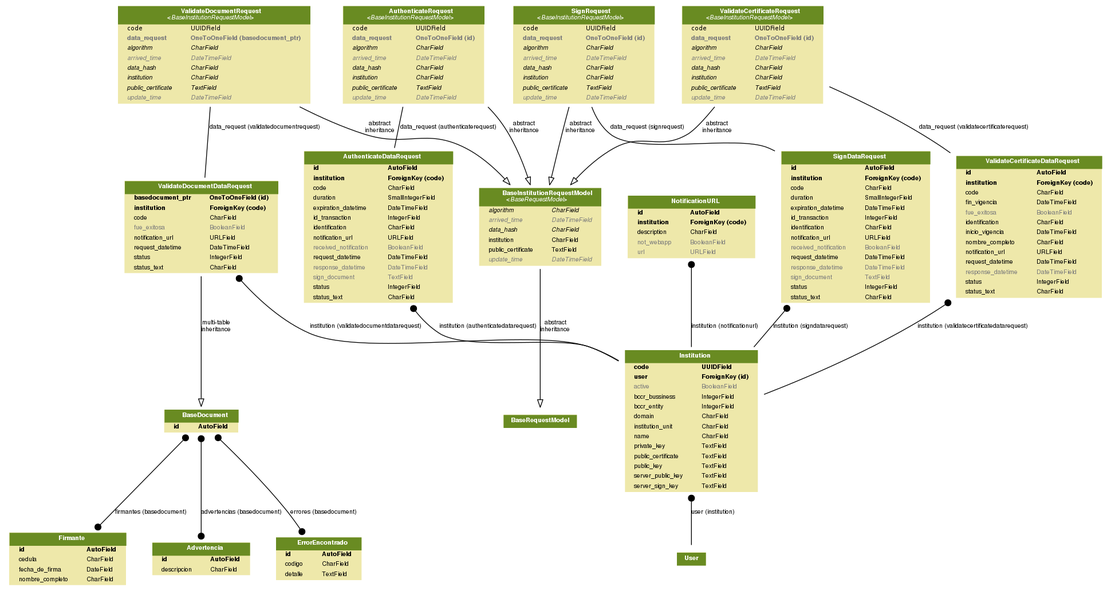
Above: docs/_static/png/institution_model.png in luisza/dfva (Graphviz), before the change. Its source is kept beside it as docs/_static/dot/institution_model.dot.
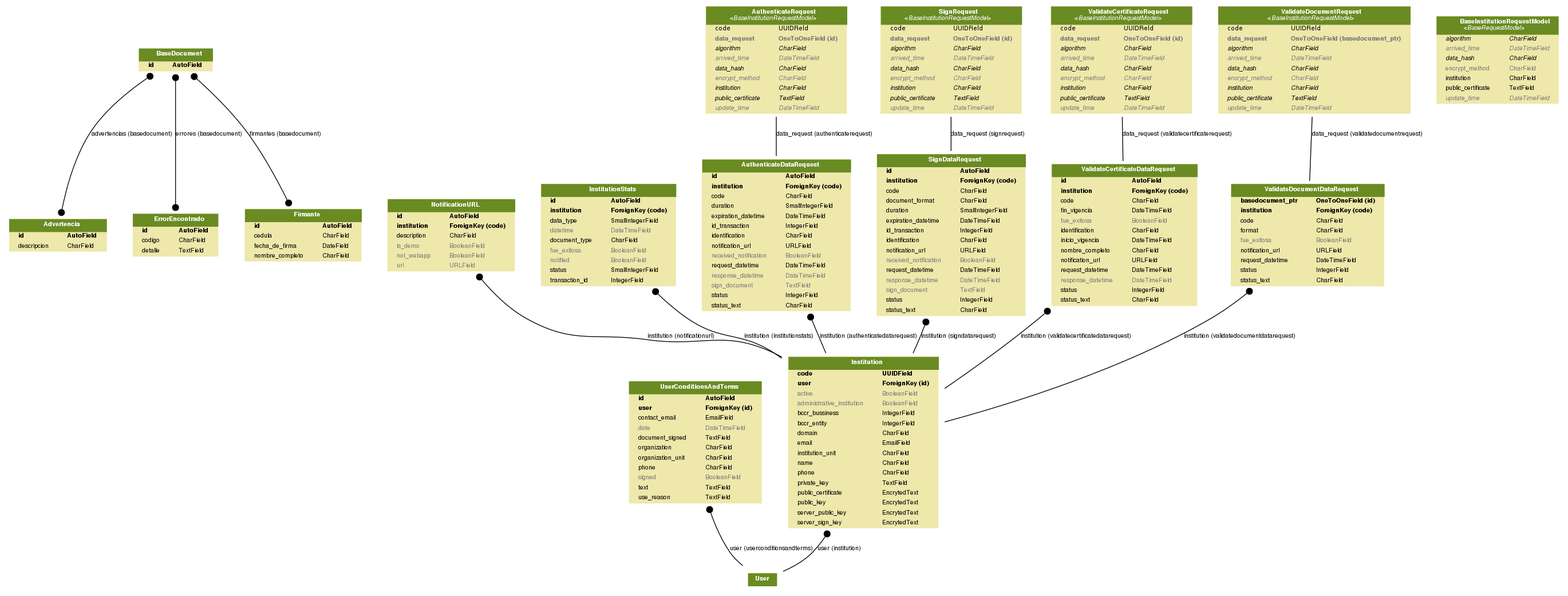
After the change.

Change to the diagram source:
```diff
@@ -117,6 +117,82 @@
     </TABLE>
     >]
 
+  corebase_models_UserConditionsAndTerms [label=<
+    <TABLE BGCOLOR="palegoldenrod" BORDER="0" CELLBORDER="0" CELLSPACING="0">
+    <TR><TD COLSPAN="2" CELLPADDING="4" ALIGN="CENTER" BGCOLOR="olivedrab4">
+    <FONT FACE="Helvetica Bold" COLOR="white">
+    UserConditionsAndTerms
+    </FONT></TD></TR>
+
+    <TR><TD ALIGN="LEFT" BORDER="0">
+    <FONT FACE="Helvetica Bold">id</FONT>
+    </TD><TD ALIGN="LEFT">
+    <FONT FACE="Helvetica Bold">AutoField</FONT>
+    </TD></TR>
+
+    <TR><TD ALIGN="LEFT" BORDER="0">
+    <FONT FACE="Helvetica Bold">user</FONT>
+    </TD><TD ALIGN="LEFT">
+    <FONT FACE="Helvetica Bold">ForeignKey (id)</FONT>
+    </TD></TR>
+
+    <TR><TD ALIGN="LEFT" BORDER="0">
+    <FONT FACE="Helvetica ">contact_email</FONT>
+    </TD><TD ALIGN="LEFT">
+    <FONT FACE="Helvetica ">EmailField</FONT>
+    </TD></TR>
+
+    <TR><TD ALIGN="LEFT" BORDER="0">
+    <FONT COLOR="#7B7B7B" FACE="Helvetica ">date</FONT>
+    </TD><TD ALIGN="LEFT">
+    <FONT COLOR="#7B7B7B" FACE="Helvetica ">DateTimeField</FONT>
+    </TD></TR>
+
+    <TR><TD ALIGN="LEFT" BORDER="0">
+    <FONT FACE="Helvetica ">document_signed</FONT>
+    </TD><TD ALIGN="LEFT">
+    <FONT FACE="Helvetica ">TextField</FONT>
+    </TD></TR>
+
+    <TR><TD ALIGN="LEFT" BORDER="0">
+    <FONT FACE="Helvetica ">organization</FONT>
+    </TD><TD ALIGN="LEFT">
+    <FONT FACE="Helvetica ">CharField</FONT>
+    </TD></TR>
+
+    <TR><TD ALIGN="LEFT" BORDER="0">
+    <FONT FACE="Helvetica ">organization_unit</FONT>
+    </TD><TD ALIGN="LEFT">
+    <FONT FACE="Helvetica ">CharField</FONT>
+    </TD></TR>
+
+    <TR><TD ALIGN="LEFT" BORDER="0">
+    <FONT FACE="Helvetica ">phone</FONT>
+    </TD><TD ALIGN="LEFT">
+    <FONT FACE="Helvetica ">CharField</FONT>
+    </TD></TR>
+
+    <TR><TD ALIGN="LEFT" BORDER="0">
+    <FONT COLOR="#7B7B7B" FACE="Helvetica ">signed</FONT>
+    </TD><TD ALIGN="LEFT">
+    <FONT COLOR="#7B7B7B" FACE="Helvetica ">BooleanField</FONT>
+    </TD></TR>
+
+    <TR><TD ALIGN="LEFT" BORDER="0">
+    <FONT FACE="Helvetica ">text</FONT>
+    </TD><TD ALIGN="LEFT">
+    <FONT FACE="Helvetica ">TextField</FONT>
+    </TD></TR>
+
+    <TR><TD ALIGN="LEFT" BORDER="0">
+    <FONT FACE="Helvetica ">use_reason</FONT>
+    </TD><TD ALIGN="LEFT">
+    <FONT FACE="Helvetica ">TextField</FONT>
+    </TD></TR>
+
+    </TABLE>
+    >]
+
 
 
 
@@ -146,6 +222,12 @@
     </TD></TR>
 
     <TR><TD ALIGN="LEFT" BORDER="0">
+    <FONT COLOR="#7B7B7B" FACE="Helvetica ">encrypt_method</FONT>
+    </TD><TD ALIGN="LEFT">
+    <FONT COLOR="#7B7B7B" FACE="Helvetica ">CharField</FONT>
+    </TD></TR>
+
+    <TR><TD ALIGN="LEFT" BORDER="0">
     <FONT FACE="Helvetica ">institution</FONT>
     </TD><TD ALIGN="LEFT">
     <FONT FACE="Helvetica ">CharField</FONT>
@@ -192,6 +274,12 @@
     </TD></TR>
 
     <TR><TD ALIGN="LEFT" BORDER="0">
+    <FONT COLOR="#7B7B7B" FACE="Helvetica ">administrative_institution</FONT>
+    </TD><TD ALIGN="LEFT">
+    <FONT COLOR="#7B7B7B" FACE="Helvetica ">BooleanField</FONT>
+    </TD></TR>
+
+    <TR><TD ALIGN="LEFT" BORDER="0">
     <FONT FACE="Helvetica ">bccr_bussiness</FONT>
     </TD><TD ALIGN="LEFT">
     <FONT FACE="Helvetica ">IntegerField</FONT>
@@ -210,6 +298,12 @@
     </TD></TR>
 
     <TR><TD ALIGN="LEFT" BORDER="0">
+    <FONT FACE="Helvetica ">email</FONT>
+    </TD><TD ALIGN="LEFT">
+    <FONT FACE="Helvetica ">EmailField</FONT>
+    </TD></TR>
+
+    <TR><TD ALIGN="LEFT" BORDER="0">
     <FONT FACE="Helvetica ">institution_unit</FONT>
     </TD><TD ALIGN="LEFT">
     <FONT FACE="Helvetica ">CharField</FONT>
@@ -222,6 +316,12 @@
     </TD></TR>
 
     <TR><TD ALIGN="LEFT" BORDER="0">
+    <FONT FACE="Helvetica ">phone</FONT>
+    </TD><TD ALIGN="LEFT">
+    <FONT FACE="Helvetica ">CharField</FONT>
+    </TD></TR>
+
+    <TR><TD ALIGN="LEFT" BORDER="0">
     <FONT FACE="Helvetica ">private_key</FONT>
     </TD><TD ALIGN="LEFT">
     <FONT FACE="Helvetica ">TextField</FONT>
@@ -230,25 +330,25 @@
     <TR><TD ALIGN="LEFT" BORDER="0">
     <FONT FACE="Helvetica ">public_certificate</FONT>
     </TD><TD ALIGN="LEFT">
-    <FONT FACE="Helvetica ">TextField</FONT>
+    <FONT FACE="Helvetica ">EncrytedText</FONT>
     </TD></TR>
 
     <TR><TD ALIGN="LEFT" BORDER="0">
     <FONT FACE="Helvetica ">public_key</FONT>
     </TD><TD ALIGN="LEFT">
-    <FONT FACE="Helvetica ">TextField</FONT>
+    <FONT FACE="Helvetica ">EncrytedText</FONT>
     </TD></TR>
 
     <TR><TD ALIGN="LEFT" BORDER="0">
     <FONT FACE="Helvetica ">server_public_key</FONT>
     </TD><TD ALIGN="LEFT">
-    <FONT FACE="Helvetica ">TextField</FONT>
+    <FONT FACE="Helvetica ">EncrytedText</FONT>
     </TD></TR>
 
     <TR><TD ALIGN="LEFT" BORDER="0">
     <FONT FACE="Helvetica ">server_sign_key</FONT>
     </TD><TD ALIGN="LEFT">
-    <FONT FACE="Helvetica ">TextField</FONT>
+    <FONT FACE="Helvetica ">EncrytedText</FONT>
     </TD></TR>
 
     </TABLE>
@@ -280,6 +380,12 @@
     </TD></TR>
 
     <TR><TD ALIGN="LEFT" BORDER="0">
+    <FONT COLOR="#7B7B7B" FACE="Helvetica ">is_demo</FONT>
+    </TD><TD ALIGN="LEFT">
+    <FONT COLOR="#7B7B7B" FACE="Helvetica ">BooleanField</FONT>
+    </TD></TR>
+
+    <TR><TD ALIGN="LEFT" BORDER="0">
     <FONT COLOR="#7B7B7B" FACE="Helvetica ">not_webapp</FONT>
     </TD><TD ALIGN="LEFT">
     <FONT COLOR="#7B7B7B" FACE="Helvetica ">BooleanField</FONT>
@@ -294,6 +400,70 @@
     </TABLE>
     >]
 
+  institution_models_InstitutionStats [label=<
+    <TABLE BGCOLOR="palegoldenrod" BORDER="0" CELLBORDER="0" CELLSPACING="0">
+    <TR><TD COLSPAN="2" CELLPADDING="4" ALIGN="CENTER" BGCOLOR="olivedrab4">
+    <FONT FACE="Helvetica Bold" COLOR="white">
+    InstitutionStats
+    </FONT></TD></TR>
+
+    <TR><TD ALIGN="LEFT" BORDER="0">
+    <FONT FACE="Helvetica Bold">id</FONT>
+    </TD><TD ALIGN="LEFT">
+    <FONT FACE="Helvetica Bold">AutoField</FONT>
+    </TD></TR>
+
+    <TR><TD ALIGN="LEFT" BORDER="0">
+    <FONT FACE="Helvetica Bold">institution</FONT>
+    </TD><TD ALIGN="LEFT">
+    <FONT FACE="Helvetica Bold">ForeignKey (code)</FONT>
+    </TD></TR>
+
+    <TR><TD ALIGN="LEFT" BORDER="0">
+    <FONT FACE="Helvetica ">data_type</FONT>
+    </TD><TD ALIGN="LEFT">
+    <FONT FACE="Helvetica ">SmallIntegerField</FONT>
+    </TD></TR>
+
+    <TR><TD ALIGN="LEFT" BORDER="0">
+    <FONT COLOR="#7B7B7B" FACE="Helvetica ">datetime</FONT>
+    </TD><TD ALIGN="LEFT">
+    <FONT COLOR="#7B7B7B" FACE="Helvetica ">DateTimeField</FONT>
+    </TD></TR>
+
+    <TR><TD ALIGN="LEFT" BORDER="0">
+    <FONT FACE="Helvetica ">document_type</FONT>
+    </TD><TD ALIGN="LEFT">
+    <FONT FACE="Helvetica ">CharField</FONT>
+    </TD></TR>
+
+    <TR><TD ALIGN="LEFT" BORDER="0">
+    <FONT COLOR="#7B7B7B" FACE="Helvetica ">fue_exitosa</FONT>
+    </TD><TD ALIGN="LEFT">
+    <FONT COLOR="#7B7B7B" FACE="Helvetica ">BooleanField</FONT>
+    </TD></TR>
+
+    <TR><TD ALIGN="LEFT" BORDER="0">
+    <FONT COLOR="#7B7B7B" FACE="Helvetica ">notified</FONT>
+    </TD><TD ALIGN="LEFT">
+    <FONT COLOR="#7B7B7B" FACE="Helvetica ">BooleanField</FONT>
+    </TD></TR>
+
+    <TR><TD ALIGN="LEFT" BORDER="0">
+    <FONT FACE="Helvetica ">status</FONT>
+    </TD><TD ALIGN="LEFT">
+    <FONT FACE="Helvetica ">SmallIntegerField</FONT>
+    </TD></TR>
+
+    <TR><TD ALIGN="LEFT" BORDER="0">
+    <FONT FACE="Helvetica ">transaction_id</FONT>
+    </TD><TD ALIGN="LEFT">
+    <FONT FACE="Helvetica ">IntegerField</FONT>
+    </TD></TR>
+
+    </TABLE>
+    >]
+
   institution_models_AuthenticateDataRequest [label=<
     <TABLE BGCOLOR="palegoldenrod" BORDER="0" CELLBORDER="0" CELLSPACING="0">
     <TR><TD COLSPAN="2" CELLPADDING="4" ALIGN="CENTER" BGCOLOR="olivedrab4">
@@ -426,6 +596,12 @@
     </TD></TR>
 
     <TR><TD ALIGN="LEFT" BORDER="0">
+    <FONT COLOR="#7B7B7B" FACE="Helvetica Italic">encrypt_method</FONT>
+    </TD><TD ALIGN="LEFT">
+    <FONT COLOR="#7B7B7B" FACE="Helvetica Italic">CharField</FONT>
+    </TD></TR>
+
+    <TR><TD ALIGN="LEFT" BORDER="0">
     <FONT FACE="Helvetica Italic">institution</FONT>
     </TD><TD ALIGN="LEFT">
     <FONT FACE="Helvetica Italic">CharField</FONT>
@@ -472,6 +648,12 @@
     </TD></TR>
 
     <TR><TD ALIGN="LEFT" BORDER="0">
+    <FONT FACE="Helvetica ">document_format</FONT>
+    </TD><TD ALIGN="LEFT">
+    <FONT FACE="Helvetica ">CharField</FONT>
+    </TD></TR>
+
+    <TR><TD ALIGN="LEFT" BORDER="0">
     <FONT FACE="Helvetica ">duration</FONT>
     </TD><TD ALIGN="LEFT">
     <FONT FACE="Helvetica ">SmallIntegerField</FONT>
@@ -578,6 +760,12 @@
     </TD></TR>
 
     <TR><TD ALIGN="LEFT" BORDER="0">
+    <FONT COLOR="#7B7B7B" FACE="Helvetica Italic">encrypt_method</FONT>
+    </TD><TD ALIGN="LEFT">
+    <FONT COLOR="#7B7B7B" FACE="Helvetica Italic">CharField</FONT>
+    </TD></TR>
+
+    <TR><TD ALIGN="LEFT" BORDER="0">
     <FONT FACE="Helvetica Italic">institution</FONT>
     </TD><TD ALIGN="LEFT">
     <FONT FACE="Helvetica Italic">CharField</FONT>
@@ -724,6 +912,12 @@
     </TD></TR>
 
     <TR><TD ALIGN="LEFT" BORDER="0">
+    <FONT COLOR="#7B7B7B" FACE="Helvetica Italic">encrypt_method</FONT>
+    </TD><TD ALIGN="LEFT">
+    <FONT COLOR="#7B7B7B" FACE="Helvetica Italic">CharField</FONT>
+    </TD></TR>
+
+    <TR><TD ALIGN="LEFT" BORDER="0">
     <FONT FACE="Helvetica Italic">institution</FONT>
     </TD><TD ALIGN="LEFT">
     <FONT FACE="Helvetica Italic">CharField</FONT>
@@ -770,6 +964,12 @@
     </TD></TR>
 
     <TR><TD ALIGN="LEFT" BORDER="0">
+    <FONT FACE="Helvetica ">format</FONT>
+    </TD><TD ALIGN="LEFT">
+    <FONT FACE="Helvetica ">CharField</FONT>
+    </TD></TR>
+
+    <TR><TD ALIGN="LEFT" BORDER="0">
     <FONT COLOR="#7B7B7B" FACE="Helvetica ">fue_exitosa</FONT>
     </TD><TD ALIGN="LEFT">
     <FONT COLOR="#7B7B7B" FACE="Helvetica ">BooleanField</FONT>
@@ -837,6 +1037,12 @@
     <FONT FACE="Helvetica Italic">data_hash</FONT>
     </TD><TD ALIGN="LEFT">
     <FONT FACE="Helvetica Italic">CharField</FONT>
+    </TD></TR>
+
+    <TR><TD ALIGN="LEFT" BORDER="0">
+    <FONT COLOR="#7B7B7B" FACE="Helvetica Italic">encrypt_method</FONT>
+    </TD><TD ALIGN="LEFT">
+    <FONT COLOR="#7B7B7B" FACE="Helvetica Italic">CharField</FONT>
     </TD></TR>
 
     <TR><TD ALIGN="LEFT" BORDER="0">
@@ -872,16 +1078,16 @@
 
   corebase_models_BaseDocument -> corebase_models_Firmante
   [label="firmantes (basedocument)"] [arrowhead=dot arrowtail=dot, dir=both];
-
-  corebase_models_BaseRequestModel [label=<
+  django_contrib_auth_models_User [label=<
   <TABLE BGCOLOR="palegoldenrod" BORDER="0" CELLBORDER="0" CELLSPACING="0">
   <TR><TD COLSPAN="2" CELLPADDING="4" ALIGN="CENTER" BGCOLOR="olivedrab4">
-  <FONT FACE="Helvetica Bold" COLOR="white">BaseRequestModel</FONT>
+  <FONT FACE="Helvetica Bold" COLOR="white">User</FONT>
   </TD></TR>
   </TABLE>
   >]
-  institution_models_BaseInstitutionRequestModel -> corebase_models_BaseRequestModel
-  [label="abstract\ninheritance"] [arrowhead=empty, arrowtail=none, dir=both];
+  corebase_models_UserConditionsAndTerms -> django_contrib_auth_models_User
+  [label="user (userconditionsandterms)"] [arrowhead=none, arrowtail=dot, dir=both];
+
   django_contrib_auth_models_User [label=<
   <TABLE BGCOLOR="palegoldenrod" BORDER="0" CELLBORDER="0" CELLSPACING="0">
   <TR><TD COLSPAN="2" CELLPADDING="4" ALIGN="CENTER" BGCOLOR="olivedrab4">
@@ -895,44 +1101,32 @@
   institution_models_NotificationURL -> institution_models_Institution
   [label="institution (notificationurl)"] [arrowhead=none, arrowtail=dot, dir=both];
 
+  institution_models_InstitutionStats -> institution_models_Institution
+  [label="institution (institutionstats)"] [arrowhead=none, arrowtail=dot, dir=both];
+
   institution_models_AuthenticateDataRequest -> institution_models_Institution
   [label="institution (authenticatedatarequest)"] [arrowhead=none, arrowtail=dot, dir=both];
 
   institution_models_AuthenticateRequest -> institution_models_AuthenticateDataRequest
   [label="data_request (authenticaterequest)"] [arrowhead=none, arrowtail=none, dir=both];
 
-  institution_models_AuthenticateRequest -> institution_models_BaseInstitutionRequestModel
-  [label="abstract\ninheritance"] [arrowhead=empty, arrowtail=none, dir=both];
-
   institution_models_SignDataRequest -> institution_models_Institution
   [label="institution (signdatarequest)"] [arrowhead=none, arrowtail=dot, dir=both];
 
   institution_models_SignRequest -> institution_models_SignDataRequest
   [label="data_request (signrequest)"] [arrowhead=none, arrowtail=none, dir=both];
 
-  institution_models_SignRequest -> institution_models_BaseInstitutionRequestModel
-  [label="abstract\ninheritance"] [arrowhead=empty, arrowtail=none, dir=both];
-
   institution_models_ValidateCertificateDataRequest -> institution_models_Institution
   [label="institution (validatecertificatedatarequest)"] [arrowhead=none, arrowtail=dot, dir=both];
 
   institution_models_ValidateCertificateRequest -> institution_models_ValidateCertificateDataRequest
   [label="data_request (validatecertificaterequest)"] [arrowhead=none, arrowtail=none, dir=both];
 
-  institution_models_ValidateCertificateRequest -> institution_models_BaseInstitutionRequestModel
-  [label="abstract\ninheritance"] [arrowhead=empty, arrowtail=none, dir=both];
-
   institution_models_ValidateDocumentDataRequest -> institution_models_Institution
   [label="institution (validatedocumentdatarequest)"] [arrowhead=none, arrowtail=dot, dir=both];
 
-  institution_models_ValidateDocumentDataRequest -> corebase_models_BaseDocument
-  [label="multi-table\ninheritance"] [arrowhead=empty, arrowtail=none, dir=both];
-
   institution_models_ValidateDocumentRequest -> institution_models_ValidateDocumentDataRequest
   [label="data_request (validatedocumentrequest)"] [arrowhead=none, arrowtail=none, dir=both];
 
-  institution_models_ValidateDocumentRequest -> institution_models_BaseInstitutionRequestModel
-  [label="abstract\ninheritance"] [arrowhead=empty, arrowtail=none, dir=both];
-
 
 }
```
